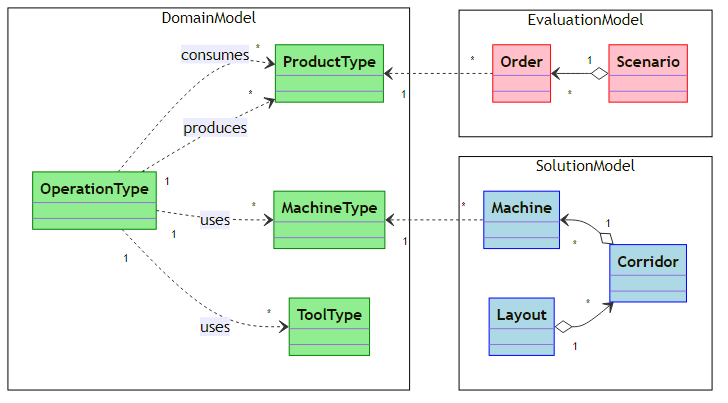
This is models/configuration-model-minimal.png from ghackenberg/salabim-grid-plant-3D, a Mermaid export, as it was before one commit. Its source is kept beside it as models/configuration-model-minimal.mmd.
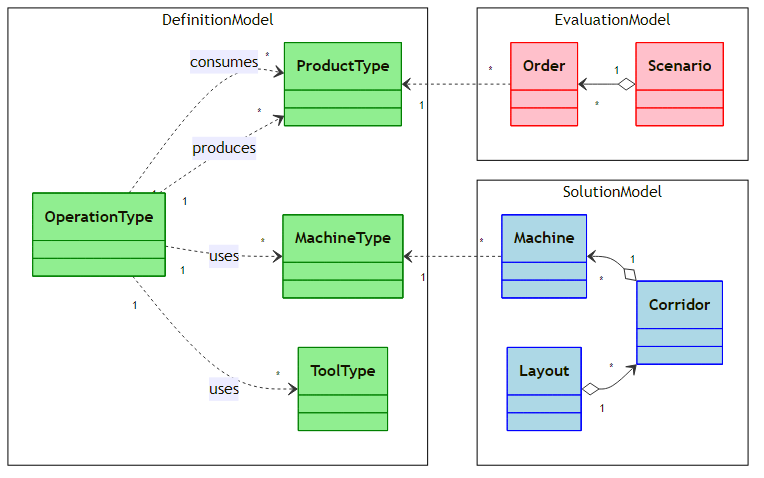
The same file after the commit.

The edit, as a diff of the source:
```diff
@@ -12,7 +12,7 @@
 
     }
 
-    namespace DomainModel {
+    namespace DefinitionModel {
 
         class ProductType {
         }
```
